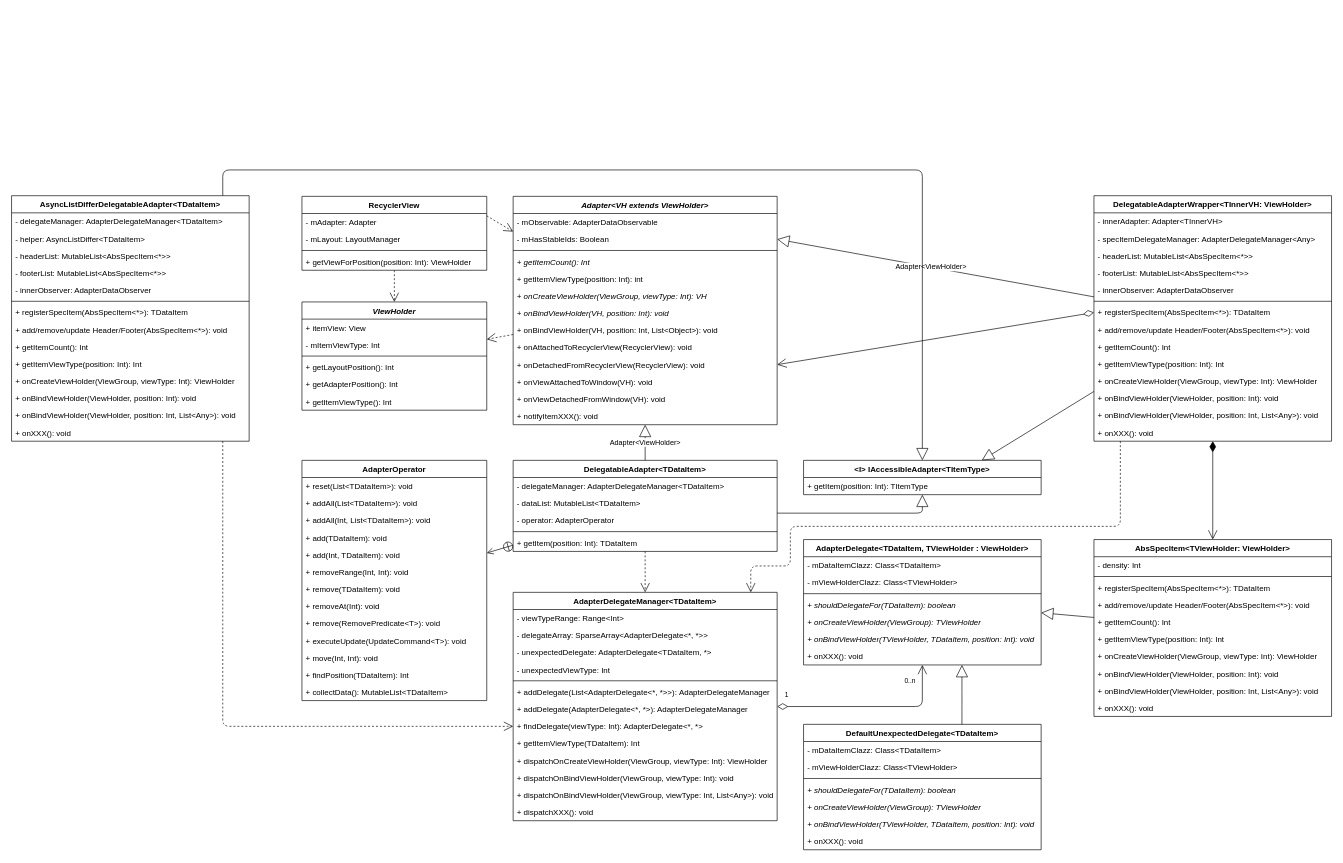
Cmdone/Draw.io keeps this draw.io diagram as GlobalSearch.drawio. Above is the earlier version. Source tidied: cells renumbered, new cells numbered last; positions are measured from the earlier drawing's top-left corner, leaving out a move shared by most shapes. Both pictures are drawn from the tidied source at 66%, with x=0, y=0 at pixel (11, 170).
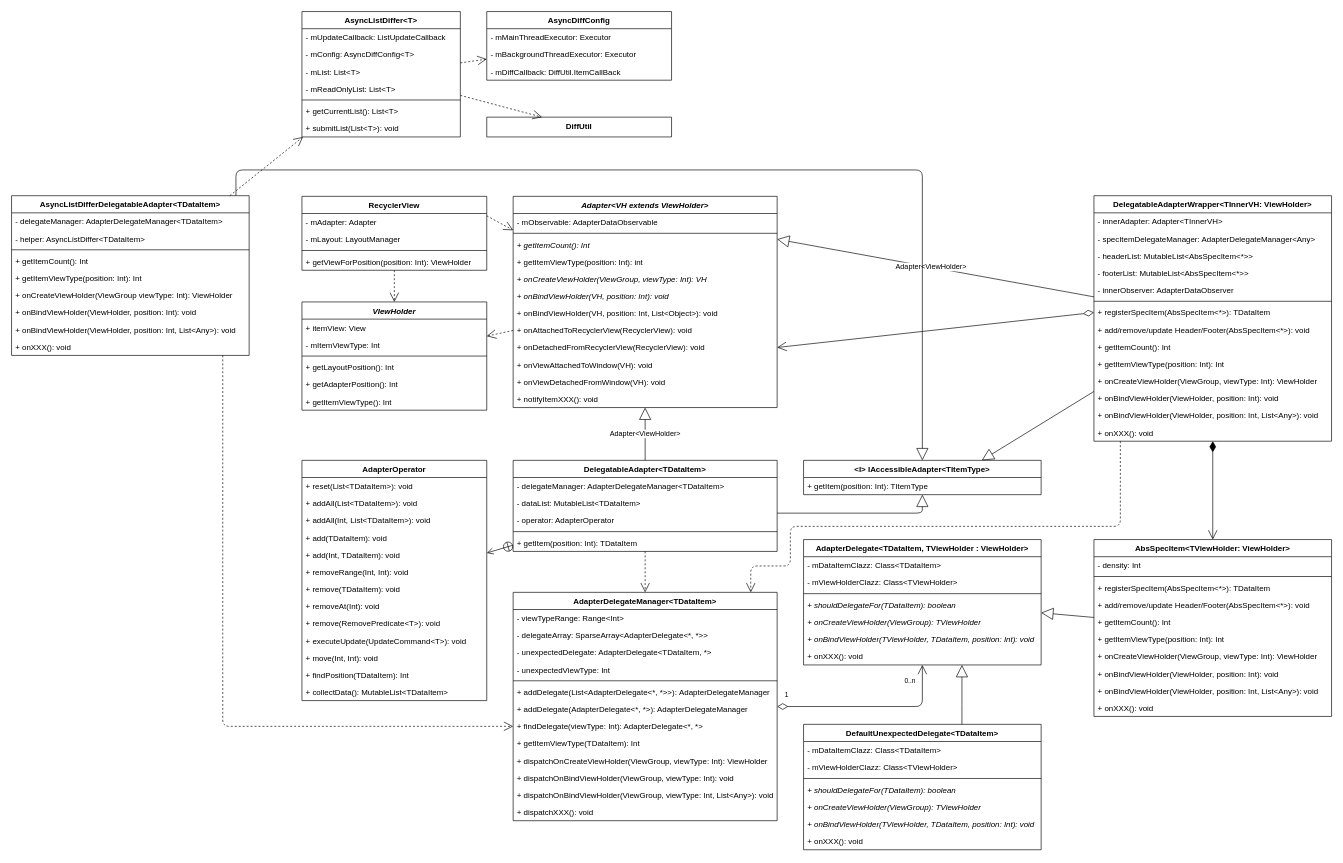
Above is the later version.

The change refers to these unchanged cells:
```xml
<mxCell id="79" value="&lt;I&gt; IAccessibleAdapter&lt;TItemType&gt;" style="swimlane;fontStyle=1;align=center;verticalAlign=top;horizontal=1;startSize=26;" parent="1" vertex="1">
  <mxGeometry x="1200" y="440" width="360" height="52" as="geometry" />
</mxCell>
<mxCell id="82" value="DelegatableAdapterWrapper&lt;TInnerVH: ViewHolder&gt;" style="swimlane;fontStyle=1;align=center;verticalAlign=top;horizontal=1;startSize=26;" parent="1" vertex="1">
  <mxGeometry x="1640" y="39" width="360" height="372" as="geometry" />
</mxCell>
```

Diff of the diagram source:
```diff
@@
     <mxCell id="2" value="Adapter&lt;VH extends ViewHolder&gt;" style="swimlane;fontStyle=3;align=center;verticalAlign=top;horizontal=1;startSize=26;" parent="1" vertex="1">
-      <mxGeometry x="760" y="40" width="400" height="346" as="geometry" />
+      <mxGeometry x="760" y="40" width="400" height="320" as="geometry" />
     </mxCell>
@@
-    <mxCell id="4" value="- mHasStableIds: Boolean" style="text;strokeColor=none;fillColor=none;align=left;verticalAlign=top;spacingLeft=4;spacingRight=4;overflow=hidden;points=[[0,0.5],[1,0.5]];portConstraint=eastwest;" parent="2" vertex="1">
-      <mxGeometry y="52" width="400" height="26" as="geometry" />
-    </mxCell>
     <mxCell id="5" style="line;strokeWidth=1;fillColor=none;align=left;verticalAlign=middle;spacingTop=-1;spacingLeft=3;spacingRight=3;labelPosition=right;" parent="2" vertex="1">
-      <mxGeometry y="78" width="400" height="8" as="geometry" />
+      <mxGeometry y="52" width="400" height="8" as="geometry" />
     </mxCell>
     <mxCell id="6" value="+ getItemCount(): Int" style="text;strokeColor=none;fillColor=none;align=left;verticalAlign=top;spacingLeft=4;spacingRight=4;overflow=hidden;fontStyle=2;" parent="2" vertex="1">
-      <mxGeometry y="86" width="400" height="26" as="geometry" />
+      <mxGeometry y="60" width="400" height="26" as="geometry" />
     </mxCell>
     <mxCell id="7" value="+ getItemViewType(position: Int): int" style="text;strokeColor=none;fillColor=none;align=left;verticalAlign=top;spacingLeft=4;spacingRight=4;overflow=hidden;" parent="2" vertex="1">
-      <mxGeometry y="112" width="400" height="26" as="geometry" />
+      <mxGeometry y="86" width="400" height="26" as="geometry" />
     </mxCell>
     <mxCell id="8" value="+ onCreateViewHolder(ViewGroup, viewType: Int): VH" style="text;strokeColor=none;fillColor=none;align=left;verticalAlign=top;spacingLeft=4;spacingRight=4;overflow=hidden;fontStyle=2;" parent="2" vertex="1">
-      <mxGeometry y="138" width="400" height="26" as="geometry" />
+      <mxGeometry y="112" width="400" height="26" as="geometry" />
     </mxCell>
     <mxCell id="9" value="+ onBindViewHolder(VH, position: Int): void" style="text;strokeColor=none;fillColor=none;align=left;verticalAlign=top;spacingLeft=4;spacingRight=4;overflow=hidden;fontStyle=2;" parent="2" vertex="1">
-      <mxGeometry y="164" width="400" height="26" as="geometry" />
+      <mxGeometry y="138" width="400" height="26" as="geometry" />
     </mxCell>
     <mxCell id="10" value="+ onBindViewHolder(VH, position: Int, List&lt;Object&gt;): void" style="text;strokeColor=none;fillColor=none;align=left;verticalAlign=top;spacingLeft=4;spacingRight=4;overflow=hidden;" parent="2" vertex="1">
-      <mxGeometry y="190" width="400" height="26" as="geometry" />
+      <mxGeometry y="164" width="400" height="26" as="geometry" />
     </mxCell>
     <mxCell id="11" value="+ onAttachedToRecyclerView(RecyclerView): void" style="text;strokeColor=none;fillColor=none;align=left;verticalAlign=top;spacingLeft=4;spacingRight=4;overflow=hidden;" parent="2" vertex="1">
-      <mxGeometry y="216" width="400" height="26" as="geometry" />
+      <mxGeometry y="190" width="400" height="26" as="geometry" />
     </mxCell>
     <mxCell id="12" value="+ onDetachedFromRecyclerView(RecyclerView): void" style="text;strokeColor=none;fillColor=none;align=left;verticalAlign=top;spacingLeft=4;spacingRight=4;overflow=hidden;points=[[0,0.5],[1,0.5]];portConstraint=eastwest;" parent="2" vertex="1">
-      <mxGeometry y="242" width="400" height="26" as="geometry" />
+      <mxGeometry y="216" width="400" height="26" as="geometry" />
     </mxCell>
     <mxCell id="13" value="+ onViewAttachedToWindow(VH): void" style="text;strokeColor=none;fillColor=none;align=left;verticalAlign=top;spacingLeft=4;spacingRight=4;overflow=hidden;" parent="2" vertex="1">
-      <mxGeometry y="268" width="400" height="26" as="geometry" />
+      <mxGeometry y="242" width="400" height="26" as="geometry" />
     </mxCell>
     <mxCell id="14" value="+ onViewDetachedFromWindow(VH): void" style="text;strokeColor=none;fillColor=none;align=left;verticalAlign=top;spacingLeft=4;spacingRight=4;overflow=hidden;" parent="2" vertex="1">
-      <mxGeometry y="294" width="400" height="26" as="geometry" />
+      <mxGeometry y="268" width="400" height="26" as="geometry" />
     </mxCell>
     <mxCell id="15" value="+ notifyItemXXX(): void" style="text;strokeColor=none;fillColor=none;align=left;verticalAlign=top;spacingLeft=4;spacingRight=4;overflow=hidden;" parent="2" vertex="1">
-      <mxGeometry y="320" width="400" height="26" as="geometry" />
+      <mxGeometry y="294" width="400" height="26" as="geometry" />
     </mxCell>
@@
-    <mxCell id="97" value="&lt;span style=&quot;font-size: 11px&quot;&gt;Adapter&amp;lt;ViewHolder&amp;gt;&lt;/span&gt;" style="endArrow=block;endSize=16;endFill=0;html=1;entryX=1;entryY=0.5;entryDx=0;entryDy=0;" parent="1" edge="1" source="82" target="4">
-      <mxGeometry x="0.03" relative="1" as="geometry" />
+    <mxCell id="97" value="&lt;span style=&quot;font-size: 11px&quot;&gt;Adapter&amp;lt;ViewHolder&amp;gt;&lt;/span&gt;" style="endArrow=block;endSize=16;endFill=0;html=1;entryX=1;entryY=0.5;entryDx=0;entryDy=0;" parent="1" edge="1" source="82">
+      <mxGeometry x="0.03" relative="1" as="geometry">
+        <mxPoint x="1160" y="105" as="targetPoint" />
+      </mxGeometry>
     </mxCell>
@@
     <mxCell id="116" value="AsyncListDifferDelegatableAdapter&lt;TDataItem&gt;" style="swimlane;fontStyle=1;align=center;verticalAlign=top;horizontal=1;startSize=26;" parent="1" vertex="1">
-      <mxGeometry y="39" width="360" height="372" as="geometry" />
+      <mxGeometry y="39" width="360" height="242" as="geometry" />
     </mxCell>
@@
-    <mxCell id="119" value="- headerList: MutableList&lt;AbsSpecItem&lt;*&gt;&gt;" style="text;strokeColor=none;fillColor=none;align=left;verticalAlign=top;spacingLeft=4;spacingRight=4;overflow=hidden;" parent="116" vertex="1">
-      <mxGeometry y="78" width="360" height="26" as="geometry" />
-    </mxCell>
-    <mxCell id="120" value="- footerList: MutableList&lt;AbsSpecItem&lt;*&gt;&gt;" style="text;strokeColor=none;fillColor=none;align=left;verticalAlign=top;spacingLeft=4;spacingRight=4;overflow=hidden;" parent="116" vertex="1">
-      <mxGeometry y="104" width="360" height="26" as="geometry" />
-    </mxCell>
-    <mxCell id="121" value="- innerObserver: AdapterDataObserver" style="text;strokeColor=none;fillColor=none;align=left;verticalAlign=top;spacingLeft=4;spacingRight=4;overflow=hidden;" parent="116" vertex="1">
-      <mxGeometry y="130" width="360" height="26" as="geometry" />
-    </mxCell>
     <mxCell id="122" style="line;strokeWidth=1;fillColor=none;align=left;verticalAlign=middle;spacingTop=-1;spacingLeft=3;spacingRight=3;labelPosition=right;" parent="116" vertex="1">
-      <mxGeometry y="156" width="360" height="8" as="geometry" />
+      <mxGeometry y="78" width="360" height="8" as="geometry" />
     </mxCell>
+    <mxCell id="125" value="+ getItemCount(): Int" style="text;strokeColor=none;fillColor=none;align=left;verticalAlign=top;spacingLeft=4;spacingRight=4;overflow=hidden;" parent="116" vertex="1">
+      <mxGeometry y="86" width="360" height="26" as="geometry" />
+    </mxCell>
+    <mxCell id="126" value="+ getItemViewType(position: Int): Int" style="text;strokeColor=none;fillColor=none;align=left;verticalAlign=top;spacingLeft=4;spacingRight=4;overflow=hidden;" parent="116" vertex="1">
+      <mxGeometry y="112" width="360" height="26" as="geometry" />
+    </mxCell>
-    <mxCell id="123" value="+ registerSpecItem(AbsSpecItem&lt;*&gt;): TDataItem" style="text;strokeColor=none;fillColor=none;align=left;verticalAlign=top;spacingLeft=4;spacingRight=4;overflow=hidden;" parent="116" vertex="1">
-      <mxGeometry y="164" width="360" height="26" as="geometry" />
+    <mxCell id="123" value="+ onCreateViewHolder(ViewGroup viewType: Int): ViewHolder" style="text;strokeColor=none;fillColor=none;align=left;verticalAlign=top;spacingLeft=4;spacingRight=4;overflow=hidden;" parent="116" vertex="1">
+      <mxGeometry y="138" width="360" height="26" as="geometry" />
     </mxCell>
-    <mxCell id="124" value="+ add/remove/update Header/Footer(AbsSpecItem&lt;*&gt;): void" style="text;strokeColor=none;fillColor=none;align=left;verticalAlign=top;spacingLeft=4;spacingRight=4;overflow=hidden;" parent="116" vertex="1">
-      <mxGeometry y="190" width="360" height="26" as="geometry" />
+    <mxCell id="124" value="+ onBindViewHolder(ViewHolder, position: Int): void" style="text;strokeColor=none;fillColor=none;align=left;verticalAlign=top;spacingLeft=4;spacingRight=4;overflow=hidden;" parent="116" vertex="1">
+      <mxGeometry y="164" width="360" height="26" as="geometry" />
     </mxCell>
-    <mxCell id="125" value="+ getItemCount(): Int" style="text;strokeColor=none;fillColor=none;align=left;verticalAlign=top;spacingLeft=4;spacingRight=4;overflow=hidden;" parent="116" vertex="1">
-      <mxGeometry y="216" width="360" height="26" as="geometry" />
-    </mxCell>
-    <mxCell id="126" value="+ getItemViewType(position: Int): Int" style="text;strokeColor=none;fillColor=none;align=left;verticalAlign=top;spacingLeft=4;spacingRight=4;overflow=hidden;" parent="116" vertex="1">
-      <mxGeometry y="242" width="360" height="26" as="geometry" />
-    </mxCell>
-    <mxCell id="127" value="+ onCreateViewHolder(ViewGroup, viewType: Int): ViewHolder" style="text;strokeColor=none;fillColor=none;align=left;verticalAlign=top;spacingLeft=4;spacingRight=4;overflow=hidden;" parent="116" vertex="1">
-      <mxGeometry y="268" width="360" height="26" as="geometry" />
-    </mxCell>
-    <mxCell id="128" value="+ onBindViewHolder(ViewHolder, position: Int): void" style="text;strokeColor=none;fillColor=none;align=left;verticalAlign=top;spacingLeft=4;spacingRight=4;overflow=hidden;" parent="116" vertex="1">
-      <mxGeometry y="294" width="360" height="26" as="geometry" />
-    </mxCell>
     <mxCell id="129" value="+ onBindViewHolder(ViewHolder, position: Int, List&lt;Any&gt;): void" style="text;strokeColor=none;fillColor=none;align=left;verticalAlign=top;spacingLeft=4;spacingRight=4;overflow=hidden;" parent="116" vertex="1">
-      <mxGeometry y="320" width="360" height="26" as="geometry" />
+      <mxGeometry y="190" width="360" height="26" as="geometry" />
     </mxCell>
     <mxCell id="130" value="+ onXXX(): void" style="text;strokeColor=none;fillColor=none;align=left;verticalAlign=top;spacingLeft=4;spacingRight=4;overflow=hidden;" parent="116" vertex="1">
-      <mxGeometry y="346" width="360" height="26" as="geometry" />
+      <mxGeometry y="216" width="360" height="26" as="geometry" />
     </mxCell>
@@
     <mxCell id="141" style="endArrow=block;endSize=16;endFill=0;html=1;edgeStyle=orthogonalEdgeStyle;" parent="1" edge="1" source="116" target="79">
       <mxGeometry x="-0.1" relative="1" as="geometry">
         <Array as="points">
-          <mxPoint x="320" />
+          <mxPoint x="340" />
           <mxPoint x="1380" />
         </Array>
       </mxGeometry>
     </mxCell>
+    <mxCell id="142" value="AsyncListDiffer&lt;T&gt;" style="swimlane;fontStyle=1;align=center;verticalAlign=top;horizontal=1;startSize=26;" parent="1" vertex="1">
+      <mxGeometry x="440" y="-240" width="240" height="190" as="geometry" />
+    </mxCell>
+    <mxCell id="143" value="- mUpdateCallback: ListUpdateCallback" style="text;strokeColor=none;fillColor=none;align=left;verticalAlign=top;spacingLeft=4;spacingRight=4;overflow=hidden;" parent="142" vertex="1">
+      <mxGeometry y="26" width="240" height="26" as="geometry" />
+    </mxCell>
+    <mxCell id="144" value="- mConfig: AsyncDiffConfig&lt;T&gt;" style="text;strokeColor=none;fillColor=none;align=left;verticalAlign=top;spacingLeft=4;spacingRight=4;overflow=hidden;" parent="142" vertex="1">
+      <mxGeometry y="52" width="240" height="26" as="geometry" />
+    </mxCell>
+    <mxCell id="145" value="- mList: List&lt;T&gt;" style="text;strokeColor=none;fillColor=none;align=left;verticalAlign=top;spacingLeft=4;spacingRight=4;overflow=hidden;" parent="142" vertex="1">
+      <mxGeometry y="78" width="240" height="26" as="geometry" />
+    </mxCell>
+    <mxCell id="146" value="- mReadOnlyList: List&lt;T&gt;" style="text;strokeColor=none;fillColor=none;align=left;verticalAlign=top;spacingLeft=4;spacingRight=4;overflow=hidden;" parent="142" vertex="1">
+      <mxGeometry y="104" width="240" height="26" as="geometry" />
+    </mxCell>
+    <mxCell id="147" style="line;strokeWidth=1;fillColor=none;align=left;verticalAlign=middle;spacingTop=-1;spacingLeft=3;spacingRight=3;labelPosition=right;" parent="142" vertex="1">
+      <mxGeometry y="130" width="240" height="8" as="geometry" />
+    </mxCell>
+    <mxCell id="148" value="+ getCurrentList(): List&lt;T&gt;" style="text;strokeColor=none;fillColor=none;align=left;verticalAlign=top;spacingLeft=4;spacingRight=4;overflow=hidden;" parent="142" vertex="1">
+      <mxGeometry y="138" width="240" height="26" as="geometry" />
+    </mxCell>
+    <mxCell id="149" value="+ submitList(List&lt;T&gt;): void" style="text;strokeColor=none;fillColor=none;align=left;verticalAlign=top;spacingLeft=4;spacingRight=4;overflow=hidden;" parent="142" vertex="1">
+      <mxGeometry y="164" width="240" height="26" as="geometry" />
+    </mxCell>
+    <mxCell id="150" value="AsyncDiffConfig" style="swimlane;fontStyle=1;align=center;verticalAlign=top;horizontal=1;startSize=26;" parent="1" vertex="1">
+      <mxGeometry x="720" y="-240" width="280" height="104" as="geometry" />
+    </mxCell>
+    <mxCell id="151" value="- mMainThreadExecutor: Executor" style="text;strokeColor=none;fillColor=none;align=left;verticalAlign=top;spacingLeft=4;spacingRight=4;overflow=hidden;" parent="150" vertex="1">
+      <mxGeometry y="26" width="280" height="26" as="geometry" />
+    </mxCell>
+    <mxCell id="152" value="- mBackgroundThreadExecutor: Executor" style="text;strokeColor=none;fillColor=none;align=left;verticalAlign=top;spacingLeft=4;spacingRight=4;overflow=hidden;" parent="150" vertex="1">
+      <mxGeometry y="52" width="280" height="26" as="geometry" />
+    </mxCell>
+    <mxCell id="153" value="- mDiffCallback: DiffUtil.ItemCallBack" style="text;strokeColor=none;fillColor=none;align=left;verticalAlign=top;spacingLeft=4;spacingRight=4;overflow=hidden;" parent="150" vertex="1">
+      <mxGeometry y="78" width="280" height="26" as="geometry" />
+    </mxCell>
+    <mxCell id="154" style="endArrow=open;endSize=12;dashed=1;html=1;" parent="1" edge="1" source="142" target="150">
+      <mxGeometry relative="1" as="geometry" />
+    </mxCell>
+    <mxCell id="155" style="endArrow=open;endSize=12;dashed=1;html=1;" parent="1" edge="1" source="116" target="142">
+      <mxGeometry relative="1" as="geometry" />
+    </mxCell>
+    <mxCell id="156" value="DiffUtil" style="swimlane;fontStyle=1;align=center;verticalAlign=top;horizontal=1;startSize=30;" parent="1" vertex="1">
+      <mxGeometry x="720" y="-80" width="280" height="30" as="geometry" />
+    </mxCell>
+    <mxCell id="157" style="endArrow=open;endSize=12;dashed=1;html=1;" parent="1" edge="1" source="142" target="156">
+      <mxGeometry relative="1" as="geometry" />
+    </mxCell>
```
